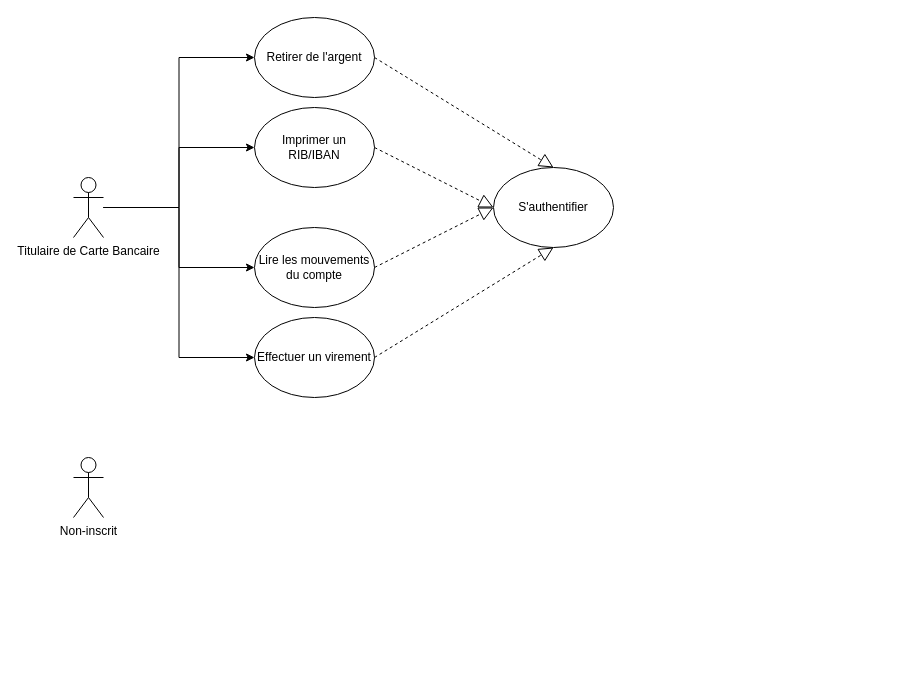
This is src/UML-tuto.drawio from kavneluxedy/todo-list, a draw.io file, before an edit. Source tidied: cells renumbered, new cells numbered last; positions are measured from the earlier drawing's top-left corner, leaving out a move shared by most shapes. Both pictures are drawn from the tidied source at 100%, with x=0, y=0 at pixel (73, 17).
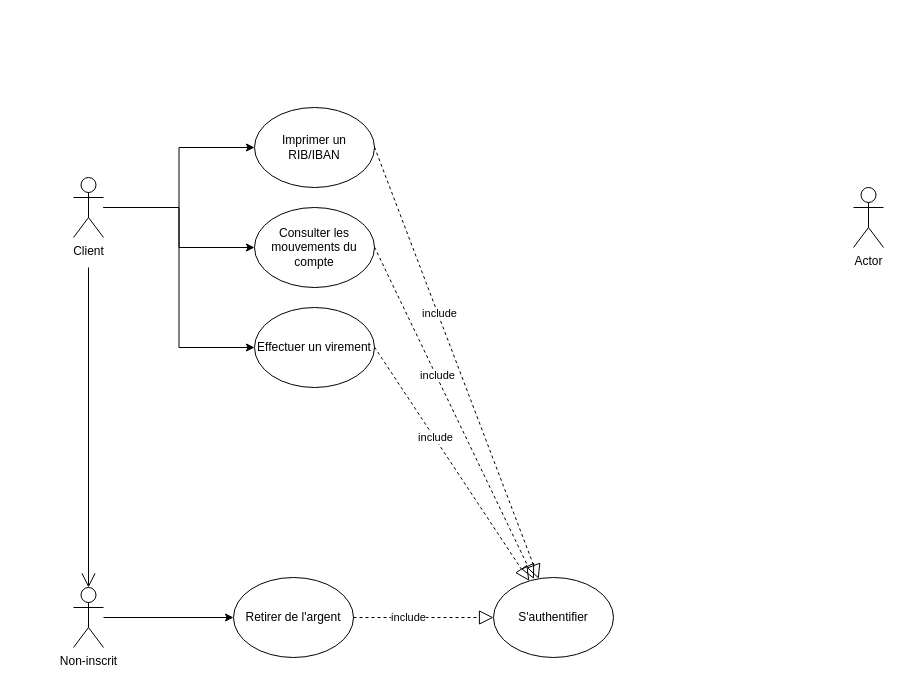
The same page after the edit.

Unchanged cells that the change refers to:
```xml
<mxCell id="2" value="Imprimer un RIB/IBAN" style="ellipse;whiteSpace=wrap;html=1;" parent="1" vertex="1">
  <mxGeometry x="181" y="90" width="120" height="80" as="geometry" />
</mxCell>
```

Diff of the diagram source:
```diff
@@
-    <mxCell id="3" value="Lire les mouvements du compte" style="ellipse;whiteSpace=wrap;html=1;" parent="1" vertex="1">
-      <mxGeometry x="181" y="210" width="120" height="80" as="geometry" />
+    <mxCell id="3" value="Consulter les mouvements du compte" style="ellipse;whiteSpace=wrap;html=1;" parent="1" vertex="1">
+      <mxGeometry x="181" y="190" width="120" height="80" as="geometry" />
     </mxCell>
     <mxCell id="4" value="Effectuer un virement" style="ellipse;whiteSpace=wrap;html=1;" parent="1" vertex="1">
-      <mxGeometry x="181" y="300" width="120" height="80" as="geometry" />
+      <mxGeometry x="181" y="290" width="120" height="80" as="geometry" />
     </mxCell>
-    <mxCell id="5" value="Retirer de l'argent" style="ellipse;whiteSpace=wrap;html=1;" parent="1" vertex="1">
-      <mxGeometry x="181" width="120" height="80" as="geometry" />
-    </mxCell>
@@
-    <mxCell id="9" style="edgeStyle=orthogonalEdgeStyle;rounded=0;jettySize=auto;html=1;entryX=0;entryY=0.5;entryDx=0;entryDy=0;" parent="1" edge="1" source="10" target="5">
-      <mxGeometry relative="1" as="geometry" />
-    </mxCell>
-    <mxCell id="10" value="&lt;div&gt;Titulaire de Carte Bancaire&lt;/div&gt;" style="shape=umlActor;verticalLabelPosition=bottom;verticalAlign=top;html=1;" parent="1" vertex="1">
+    <mxCell id="10" value="&lt;div&gt;Client&lt;/div&gt;&lt;div&gt;&lt;br&gt;&lt;/div&gt;" style="shape=umlActor;verticalLabelPosition=bottom;verticalAlign=top;html=1;" parent="1" vertex="1">
       <mxGeometry y="160" width="30" height="60" as="geometry" />
     </mxCell>
+    <mxCell id="17" style="edgeStyle=orthogonalEdgeStyle;rounded=0;jettySize=auto;html=1;entryX=0;entryY=0.5;entryDx=0;entryDy=0;" parent="1" edge="1" source="12" target="5">
+      <mxGeometry relative="1" as="geometry" />
+    </mxCell>
+    <mxCell id="12" value="&lt;div&gt;Non-inscrit&lt;br&gt;&lt;/div&gt;" style="shape=umlActor;verticalLabelPosition=bottom;verticalAlign=top;html=1;" parent="1" vertex="1">
+      <mxGeometry y="570" width="30" height="60" as="geometry" />
+    </mxCell>
+    <mxCell id="5" value="Retirer de l'argent" style="ellipse;whiteSpace=wrap;html=1;" parent="1" vertex="1">
+      <mxGeometry x="160" y="560" width="120" height="80" as="geometry" />
+    </mxCell>
     <mxCell id="11" value="S'authentifier" style="ellipse;whiteSpace=wrap;html=1;" parent="1" vertex="1">
-      <mxGeometry x="420" y="150" width="120" height="80" as="geometry" />
+      <mxGeometry x="420" y="560" width="120" height="80" as="geometry" />
     </mxCell>
-    <mxCell id="12" value="&lt;div&gt;Non-inscrit&lt;br&gt;&lt;/div&gt;" style="shape=umlActor;verticalLabelPosition=bottom;verticalAlign=top;html=1;" parent="1" vertex="1">
-      <mxGeometry y="440" width="30" height="60" as="geometry" />
-    </mxCell>
-    <mxCell id="13" style="endArrow=block;dashed=1;endFill=0;endSize=12;html=1;rounded=0;entryX=0.5;entryY=0;entryDx=0;entryDy=0;exitX=1;exitY=0.5;exitDx=0;exitDy=0;" parent="1" edge="1" source="5" target="11">
-      <mxGeometry relative="1" as="geometry" />
-    </mxCell>
-    <mxCell id="14" style="endArrow=block;dashed=1;endFill=0;endSize=12;html=1;rounded=0;entryX=0.5;entryY=1;entryDx=0;entryDy=0;exitX=1;exitY=0.5;exitDx=0;exitDy=0;" parent="1" edge="1" source="4" target="11">
-      <mxGeometry relative="1" as="geometry" />
-    </mxCell>
-    <mxCell id="15" style="endArrow=block;dashed=1;endFill=0;endSize=12;html=1;rounded=0;entryX=0;entryY=0.5;entryDx=0;entryDy=0;exitX=1;exitY=0.5;exitDx=0;exitDy=0;" parent="1" edge="1" source="2" target="11">
-      <mxGeometry relative="1" as="geometry" />
-    </mxCell>
-    <mxCell id="16" style="endArrow=block;dashed=1;endFill=0;endSize=12;html=1;rounded=0;entryX=0;entryY=0.5;entryDx=0;entryDy=0;exitX=1;exitY=0.5;exitDx=0;exitDy=0;" parent="1" edge="1" source="3" target="11">
-      <mxGeometry relative="1" as="geometry" />
-    </mxCell>
+    <mxCell id="18" style="endArrow=block;dashed=1;endFill=0;endSize=12;html=1;rounded=0;entryX=0;entryY=0.5;entryDx=0;entryDy=0;" parent="1" edge="1" target="11">
+      <mxGeometry relative="1" as="geometry">
+        <mxPoint x="280" y="600" as="sourcePoint" />
+      </mxGeometry>
+    </mxCell>
+    <mxCell id="19" value="include" style="edgeLabel;html=1;align=center;verticalAlign=middle;" parent="18" vertex="1">
+      <mxGeometry x="-0.23" y="1" relative="1" as="geometry" />
+    </mxCell>
+    <mxCell id="20" style="endArrow=open;endFill=1;endSize=12;html=1;rounded=0;entryX=0.5;entryY=0;entryDx=0;entryDy=0;entryPerimeter=0;" parent="1" edge="1" target="12">
+      <mxGeometry relative="1" as="geometry">
+        <mxPoint x="15" y="250" as="sourcePoint" />
+      </mxGeometry>
+    </mxCell>
+    <mxCell id="21" style="endArrow=block;dashed=1;endFill=0;endSize=12;html=1;rounded=0;" parent="1" edge="1" target="11">
+      <mxGeometry relative="1" as="geometry">
+        <mxPoint x="301" y="129.6" as="sourcePoint" />
+      </mxGeometry>
+    </mxCell>
+    <mxCell id="22" value="include" style="edgeLabel;html=1;align=center;verticalAlign=middle;" parent="21" vertex="1">
+      <mxGeometry x="-0.23" y="1" relative="1" as="geometry" />
+    </mxCell>
+    <mxCell id="23" style="endArrow=block;dashed=1;endFill=0;endSize=12;html=1;rounded=0;entryX=0.337;entryY=0.018;entryDx=0;entryDy=0;entryPerimeter=0;" parent="1" edge="1" target="11">
+      <mxGeometry relative="1" as="geometry">
+        <mxPoint x="301" y="229.6" as="sourcePoint" />
+      </mxGeometry>
+    </mxCell>
+    <mxCell id="24" value="include" style="edgeLabel;html=1;align=center;verticalAlign=middle;" parent="23" vertex="1">
+      <mxGeometry x="-0.23" y="1" relative="1" as="geometry" />
+    </mxCell>
+    <mxCell id="25" style="endArrow=block;dashed=1;endFill=0;endSize=12;html=1;rounded=0;" parent="1" edge="1" target="11">
+      <mxGeometry relative="1" as="geometry">
+        <mxPoint x="301" y="329.6" as="sourcePoint" />
+      </mxGeometry>
+    </mxCell>
+    <mxCell id="26" value="include" style="edgeLabel;html=1;align=center;verticalAlign=middle;" parent="25" vertex="1">
+      <mxGeometry x="-0.23" y="1" relative="1" as="geometry" />
+    </mxCell>
+    <mxCell id="27" value="Actor" style="shape=umlActor;verticalLabelPosition=bottom;verticalAlign=top;html=1;" parent="1" vertex="1">
+      <mxGeometry x="780" y="170" width="30" height="60" as="geometry" />
+    </mxCell>
```
